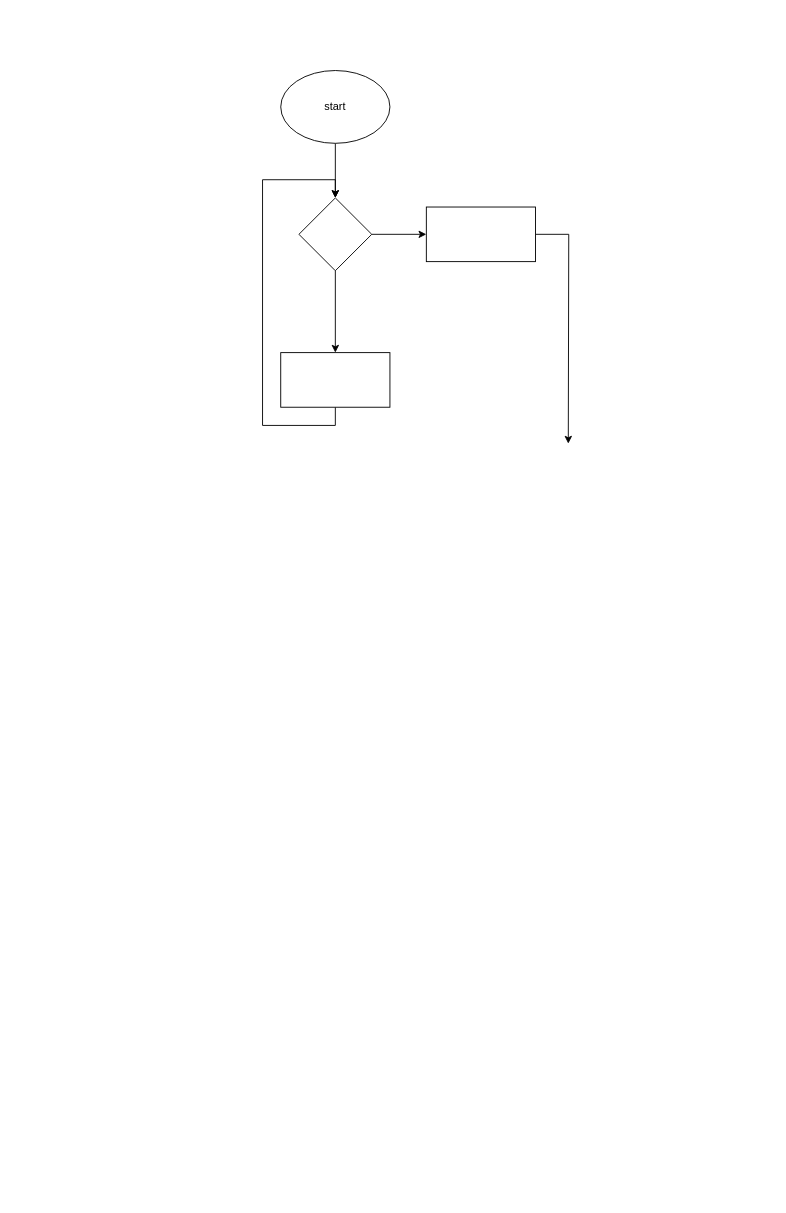
Above: Диаграмма без названия.drawio in IvanRyazancev/C-_Home (draw.io), before the change. Source tidied: cells renumbered, new cells numbered last; positions are measured from the earlier drawing's top-left corner, leaving out a move shared by most shapes. Both pictures are drawn from the tidied source at 91%, with x=0, y=0 at pixel (262, 70).
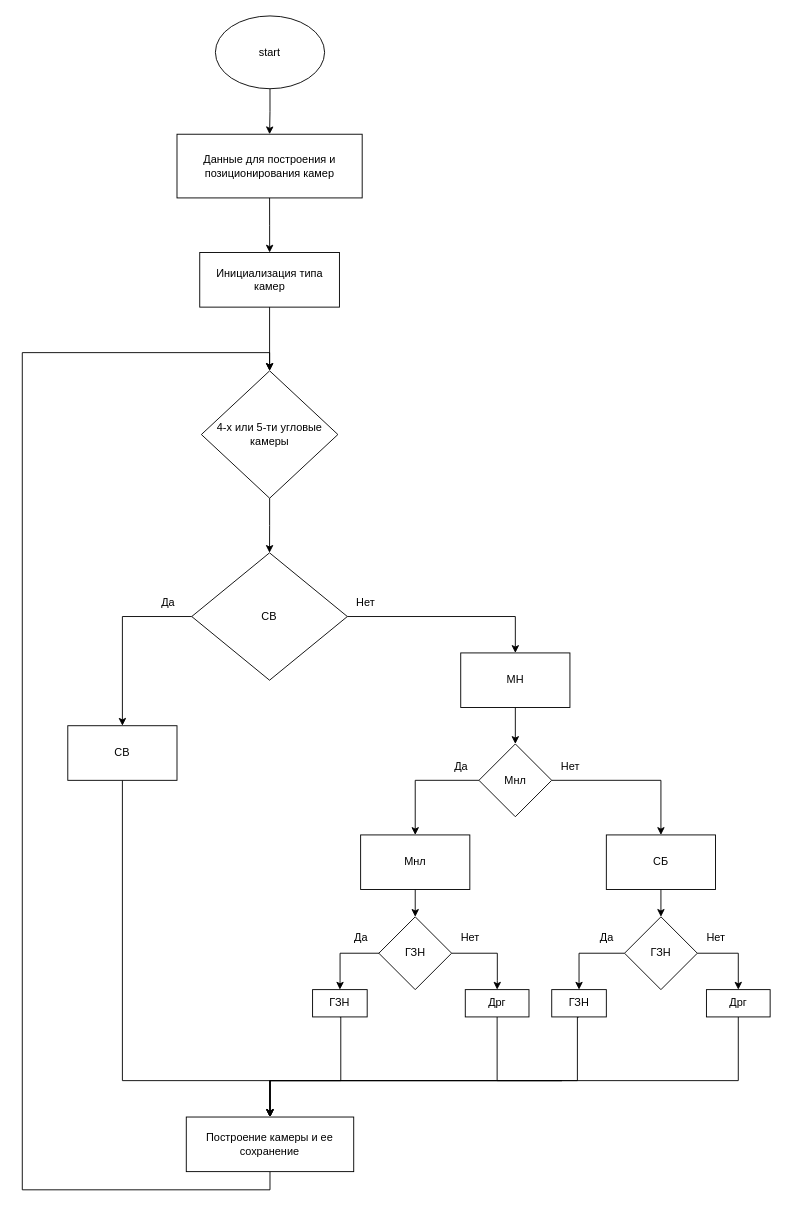
After the change.

Commit message:
добавление ветвления

Change to the diagram source:
```diff
@@
-    <mxCell id="2" style="edgeStyle=orthogonalEdgeStyle;rounded=0;jettySize=auto;html=1;exitX=0.5;exitY=1;exitDx=0;exitDy=0;" parent="1" edge="1" source="3" target="6">
-      <mxGeometry relative="1" as="geometry" />
-    </mxCell>
+    <mxCell id="11" style="edgeStyle=orthogonalEdgeStyle;rounded=0;jettySize=auto;html=1;exitX=0.5;exitY=1;exitDx=0;exitDy=0;entryX=0.5;entryY=0;entryDx=0;entryDy=0;" parent="1" edge="1" source="3" target="17">
+      <mxGeometry relative="1" as="geometry" />
+    </mxCell>
     <mxCell id="3" value="start" style="ellipse;whiteSpace=wrap;html=1;" parent="1" vertex="1">
-      <mxGeometry x="20" width="120" height="80" as="geometry" />
+      <mxGeometry x="-51.8" y="-60" width="120" height="80" as="geometry" />
     </mxCell>
-    <mxCell id="4" style="edgeStyle=orthogonalEdgeStyle;rounded=0;jettySize=auto;html=1;" parent="1" edge="1" source="6" target="8">
-      <mxGeometry relative="1" as="geometry" />
-    </mxCell>
-    <mxCell id="5" style="edgeStyle=orthogonalEdgeStyle;rounded=0;jettySize=auto;html=1;" parent="1" edge="1" source="6" target="10">
-      <mxGeometry relative="1" as="geometry" />
-    </mxCell>
+    <mxCell id="12" style="edgeStyle=orthogonalEdgeStyle;rounded=0;jettySize=auto;html=1;exitX=0;exitY=0.5;exitDx=0;exitDy=0;entryX=0.5;entryY=0;entryDx=0;entryDy=0;" parent="1" edge="1" source="6" target="24">
+      <mxGeometry relative="1" as="geometry" />
+    </mxCell>
-    <mxCell id="6" style="rhombus;whiteSpace=wrap;html=1;" parent="1" vertex="1">
-      <mxGeometry x="40" y="140" width="80" height="80" as="geometry" />
+    <mxCell id="6" value="CB" style="rhombus;whiteSpace=wrap;html=1;" parent="1" vertex="1">
+      <mxGeometry x="-77.8" y="530" width="171" height="140" as="geometry" />
     </mxCell>
-    <mxCell id="7" style="edgeStyle=orthogonalEdgeStyle;rounded=0;jettySize=auto;html=1;exitX=0.5;exitY=1;exitDx=0;exitDy=0;entryX=0.5;entryY=0;entryDx=0;entryDy=0;" parent="1" edge="1" source="8" target="6">
-      <mxGeometry relative="1" as="geometry">
-        <Array as="points">
-          <mxPoint x="80" y="390" />
-          <mxPoint y="390" />
-          <mxPoint y="120" />
-          <mxPoint x="80" y="120" />
-        </Array>
-      </mxGeometry>
-    </mxCell>
+    <mxCell id="13" style="edgeStyle=orthogonalEdgeStyle;rounded=0;jettySize=auto;html=1;exitX=0.5;exitY=1;exitDx=0;exitDy=0;entryX=0.5;entryY=0;entryDx=0;entryDy=0;" parent="1" edge="1" source="8" target="26">
+      <mxGeometry relative="1" as="geometry">
+        <Array as="points">
+          <mxPoint x="8" y="1230" />
+          <mxPoint x="-264" y="1230" />
+          <mxPoint x="-264" y="310" />
+          <mxPoint x="8" y="310" />
+        </Array>
+      </mxGeometry>
+    </mxCell>
-    <mxCell id="8" style="whiteSpace=wrap;html=1;" parent="1" vertex="1">
-      <mxGeometry x="20" y="310" width="120" height="60" as="geometry" />
+    <mxCell id="8" value="Построение камеры и ее сохранение" style="whiteSpace=wrap;html=1;" parent="1" vertex="1">
+      <mxGeometry x="-83.8" y="1150" width="184" height="60" as="geometry" />
     </mxCell>
-    <mxCell id="9" style="edgeStyle=orthogonalEdgeStyle;rounded=0;jettySize=auto;html=1;exitX=1;exitY=0.5;exitDx=0;exitDy=0;" parent="1" edge="1" source="10">
-      <mxGeometry relative="1" as="geometry">
-        <mxPoint x="336" y="410" as="targetPoint" />
-      </mxGeometry>
-    </mxCell>
-    <mxCell id="10" style="whiteSpace=wrap;html=1;" parent="1" vertex="1">
-      <mxGeometry x="180" y="150" width="120" height="60" as="geometry" />
-    </mxCell>
+    <mxCell id="14" value="Да" style="text;html=1;align=center;verticalAlign=middle;strokeColor=none;fillColor=none;" parent="1" vertex="1">
+      <mxGeometry x="-124" y="570" width="40" height="30" as="geometry" />
+    </mxCell>
+    <mxCell id="15" value="Нет" style="text;html=1;align=center;verticalAlign=middle;strokeColor=none;fillColor=none;" parent="1" vertex="1">
+      <mxGeometry x="93.2" y="570" width="40" height="30" as="geometry" />
+    </mxCell>
+    <mxCell id="16" style="edgeStyle=orthogonalEdgeStyle;rounded=0;jettySize=auto;html=1;exitX=0.5;exitY=1;exitDx=0;exitDy=0;" parent="1" edge="1" source="26" target="6">
+      <mxGeometry relative="1" as="geometry" />
+    </mxCell>
+    <mxCell id="17" value="Данные для построения и позиционирования камер" style="rounded=0;whiteSpace=wrap;html=1;" parent="1" vertex="1">
+      <mxGeometry x="-94" y="70" width="203.5" height="70" as="geometry" />
+    </mxCell>
+    <mxCell id="18" style="edgeStyle=orthogonalEdgeStyle;rounded=0;jettySize=auto;html=1;exitX=0.5;exitY=1;exitDx=0;exitDy=0;" parent="1" edge="1" source="17" target="19">
+      <mxGeometry relative="1" as="geometry" />
+    </mxCell>
+    <mxCell id="19" value="Инициализация типа камер" style="rounded=0;whiteSpace=wrap;html=1;" parent="1" vertex="1">
+      <mxGeometry x="-69" y="200" width="153.5" height="60" as="geometry" />
+    </mxCell>
+    <mxCell id="20" style="edgeStyle=orthogonalEdgeStyle;rounded=0;jettySize=auto;html=1;entryX=0.5;entryY=0;entryDx=0;entryDy=0;" parent="1" edge="1" source="6" target="22">
+      <mxGeometry relative="1" as="geometry" />
+    </mxCell>
+    <mxCell id="21" style="edgeStyle=orthogonalEdgeStyle;rounded=0;jettySize=auto;html=1;exitX=0.5;exitY=1;exitDx=0;exitDy=0;entryX=0.5;entryY=0;entryDx=0;entryDy=0;" parent="1" edge="1" source="22" target="29">
+      <mxGeometry relative="1" as="geometry" />
+    </mxCell>
+    <mxCell id="22" value="MH" style="rounded=0;whiteSpace=wrap;html=1;" parent="1" vertex="1">
+      <mxGeometry x="217.8" y="640" width="120" height="60" as="geometry" />
+    </mxCell>
+    <mxCell id="23" style="edgeStyle=orthogonalEdgeStyle;rounded=0;jettySize=auto;html=1;exitX=0.5;exitY=1;exitDx=0;exitDy=0;entryX=0.5;entryY=0;entryDx=0;entryDy=0;" parent="1" edge="1" source="24" target="8">
+      <mxGeometry relative="1" as="geometry">
+        <Array as="points">
+          <mxPoint x="-154" y="1110" />
+          <mxPoint x="8" y="1110" />
+        </Array>
+      </mxGeometry>
+    </mxCell>
+    <mxCell id="24" value="CB" style="rounded=0;whiteSpace=wrap;html=1;" parent="1" vertex="1">
+      <mxGeometry x="-214" y="720" width="120" height="60" as="geometry" />
+    </mxCell>
+    <mxCell id="25" style="edgeStyle=orthogonalEdgeStyle;rounded=0;jettySize=auto;html=1;exitX=0.5;exitY=1;exitDx=0;exitDy=0;" parent="1" edge="1" source="19" target="26">
+      <mxGeometry relative="1" as="geometry" />
+    </mxCell>
+    <mxCell id="26" value="4-х или 5-ти угловые камеры" style="rhombus;whiteSpace=wrap;html=1;" parent="1" vertex="1">
+      <mxGeometry x="-67.2" y="330" width="150" height="140" as="geometry" />
+    </mxCell>
+    <mxCell id="27" style="edgeStyle=orthogonalEdgeStyle;rounded=0;jettySize=auto;html=1;exitX=0;exitY=0.5;exitDx=0;exitDy=0;entryX=0.5;entryY=0;entryDx=0;entryDy=0;" parent="1" edge="1" source="29" target="33">
+      <mxGeometry relative="1" as="geometry" />
+    </mxCell>
+    <mxCell id="28" style="edgeStyle=orthogonalEdgeStyle;rounded=0;jettySize=auto;html=1;exitX=1;exitY=0.5;exitDx=0;exitDy=0;entryX=0.5;entryY=0;entryDx=0;entryDy=0;" parent="1" edge="1" source="29" target="35">
+      <mxGeometry relative="1" as="geometry" />
+    </mxCell>
+    <mxCell id="29" value="Мнл" style="rhombus;whiteSpace=wrap;html=1;" parent="1" vertex="1">
+      <mxGeometry x="237.8" y="740" width="80" height="80" as="geometry" />
+    </mxCell>
+    <mxCell id="30" value="Да" style="text;html=1;align=center;verticalAlign=middle;strokeColor=none;fillColor=none;" parent="1" vertex="1">
+      <mxGeometry x="197.8" y="750" width="40" height="30" as="geometry" />
+    </mxCell>
+    <mxCell id="31" value="Нет" style="text;html=1;align=center;verticalAlign=middle;strokeColor=none;fillColor=none;" parent="1" vertex="1">
+      <mxGeometry x="317.8" y="750" width="40" height="30" as="geometry" />
+    </mxCell>
+    <mxCell id="32" style="edgeStyle=orthogonalEdgeStyle;rounded=0;jettySize=auto;html=1;exitX=0.5;exitY=1;exitDx=0;exitDy=0;entryX=0.5;entryY=0;entryDx=0;entryDy=0;" parent="1" edge="1" source="33" target="38">
+      <mxGeometry relative="1" as="geometry" />
+    </mxCell>
+    <mxCell id="33" value="Мнл" style="rounded=0;whiteSpace=wrap;html=1;" parent="1" vertex="1">
+      <mxGeometry x="107.8" y="840" width="120" height="60" as="geometry" />
+    </mxCell>
+    <mxCell id="34" style="edgeStyle=orthogonalEdgeStyle;rounded=0;jettySize=auto;html=1;exitX=0.5;exitY=1;exitDx=0;exitDy=0;entryX=0.5;entryY=0;entryDx=0;entryDy=0;" parent="1" edge="1" source="35" target="43">
+      <mxGeometry relative="1" as="geometry" />
+    </mxCell>
+    <mxCell id="35" value="СБ" style="rounded=0;whiteSpace=wrap;html=1;" parent="1" vertex="1">
+      <mxGeometry x="377.8" y="840" width="120" height="60" as="geometry" />
+    </mxCell>
+    <mxCell id="36" style="edgeStyle=orthogonalEdgeStyle;rounded=0;jettySize=auto;html=1;exitX=0;exitY=0.5;exitDx=0;exitDy=0;entryX=0.5;entryY=0;entryDx=0;entryDy=0;" parent="1" edge="1" target="51">
+      <mxGeometry relative="1" as="geometry">
+        <mxPoint x="140" y="970" as="sourcePoint" />
+        <Array as="points">
+          <mxPoint x="85.2" y="970" />
+          <mxPoint x="85.2" y="1000" />
+        </Array>
+      </mxGeometry>
+    </mxCell>
+    <mxCell id="37" style="edgeStyle=orthogonalEdgeStyle;rounded=0;jettySize=auto;html=1;exitX=1;exitY=0.5;exitDx=0;exitDy=0;entryX=0.5;entryY=0;entryDx=0;entryDy=0;" parent="1" edge="1" source="38" target="53">
+      <mxGeometry relative="1" as="geometry">
+        <Array as="points">
+          <mxPoint x="258" y="970" />
+          <mxPoint x="258" y="1000" />
+        </Array>
+      </mxGeometry>
+    </mxCell>
+    <mxCell id="38" value="ГЗН" style="rhombus;whiteSpace=wrap;html=1;" parent="1" vertex="1">
+      <mxGeometry x="127.8" y="930" width="80" height="80" as="geometry" />
+    </mxCell>
+    <mxCell id="39" value="Да" style="text;html=1;align=center;verticalAlign=middle;strokeColor=none;fillColor=none;" parent="1" vertex="1">
+      <mxGeometry x="87.8" y="938" width="40" height="30" as="geometry" />
+    </mxCell>
+    <mxCell id="40" value="Нет" style="text;html=1;align=center;verticalAlign=middle;strokeColor=none;fillColor=none;" parent="1" vertex="1">
+      <mxGeometry x="207.8" y="938" width="40" height="30" as="geometry" />
+    </mxCell>
+    <mxCell id="41" style="edgeStyle=orthogonalEdgeStyle;rounded=0;jettySize=auto;html=1;exitX=0;exitY=0.5;exitDx=0;exitDy=0;entryX=0.5;entryY=0;entryDx=0;entryDy=0;" parent="1" edge="1" source="43" target="47">
+      <mxGeometry relative="1" as="geometry">
+        <Array as="points">
+          <mxPoint x="347.8" y="970" />
+        </Array>
+      </mxGeometry>
+    </mxCell>
+    <mxCell id="42" style="edgeStyle=orthogonalEdgeStyle;rounded=0;jettySize=auto;html=1;exitX=1;exitY=0.5;exitDx=0;exitDy=0;entryX=0.5;entryY=0;entryDx=0;entryDy=0;" parent="1" edge="1" source="43" target="49">
+      <mxGeometry relative="1" as="geometry">
+        <Array as="points">
+          <mxPoint x="522.8" y="970" />
+        </Array>
+      </mxGeometry>
+    </mxCell>
+    <mxCell id="43" value="ГЗН" style="rhombus;whiteSpace=wrap;html=1;" parent="1" vertex="1">
+      <mxGeometry x="397.8" y="930" width="80" height="80" as="geometry" />
+    </mxCell>
+    <mxCell id="44" value="Да" style="text;html=1;align=center;verticalAlign=middle;strokeColor=none;fillColor=none;" parent="1" vertex="1">
+      <mxGeometry x="357.8" y="938" width="40" height="30" as="geometry" />
+    </mxCell>
+    <mxCell id="45" value="Нет" style="text;html=1;align=center;verticalAlign=middle;strokeColor=none;fillColor=none;" parent="1" vertex="1">
+      <mxGeometry x="477.8" y="938" width="40" height="30" as="geometry" />
+    </mxCell>
+    <mxCell id="46" style="edgeStyle=orthogonalEdgeStyle;rounded=0;jettySize=auto;html=1;exitX=0.5;exitY=1;exitDx=0;exitDy=0;entryX=0.5;entryY=0;entryDx=0;entryDy=0;" parent="1" edge="1" source="47" target="8">
+      <mxGeometry relative="1" as="geometry">
+        <Array as="points">
+          <mxPoint x="346" y="1040" />
+          <mxPoint x="346" y="1110" />
+          <mxPoint x="8" y="1110" />
+        </Array>
+      </mxGeometry>
+    </mxCell>
+    <mxCell id="47" value="ГЗН" style="rounded=0;whiteSpace=wrap;html=1;" parent="1" vertex="1">
+      <mxGeometry x="317.8" y="1010" width="60" height="30" as="geometry" />
+    </mxCell>
+    <mxCell id="48" style="edgeStyle=orthogonalEdgeStyle;rounded=0;jettySize=auto;html=1;exitX=0.5;exitY=1;exitDx=0;exitDy=0;entryX=0.5;entryY=0;entryDx=0;entryDy=0;" parent="1" edge="1" source="49" target="8">
+      <mxGeometry relative="1" as="geometry">
+        <Array as="points">
+          <mxPoint x="523" y="1110" />
+          <mxPoint x="8" y="1110" />
+        </Array>
+      </mxGeometry>
+    </mxCell>
+    <mxCell id="49" value="Дрг" style="rounded=0;whiteSpace=wrap;html=1;" parent="1" vertex="1">
+      <mxGeometry x="487.8" y="1010" width="70" height="30" as="geometry" />
+    </mxCell>
+    <mxCell id="50" style="edgeStyle=orthogonalEdgeStyle;rounded=0;jettySize=auto;html=1;exitX=0.5;exitY=1;exitDx=0;exitDy=0;entryX=0.5;entryY=0;entryDx=0;entryDy=0;" parent="1" edge="1" source="51" target="8">
+      <mxGeometry relative="1" as="geometry">
+        <Array as="points">
+          <mxPoint x="86" y="1110" />
+          <mxPoint x="8" y="1110" />
+        </Array>
+      </mxGeometry>
+    </mxCell>
+    <mxCell id="51" value="ГЗН" style="rounded=0;whiteSpace=wrap;html=1;" parent="1" vertex="1">
+      <mxGeometry x="55" y="1010" width="60" height="30" as="geometry" />
+    </mxCell>
+    <mxCell id="52" style="edgeStyle=orthogonalEdgeStyle;rounded=0;jettySize=auto;html=1;exitX=0.5;exitY=1;exitDx=0;exitDy=0;entryX=0.5;entryY=0;entryDx=0;entryDy=0;" parent="1" edge="1" source="53" target="8">
+      <mxGeometry relative="1" as="geometry">
+        <Array as="points">
+          <mxPoint x="329" y="1110" />
+          <mxPoint x="8" y="1110" />
+          <mxPoint x="8" y="1170" />
+        </Array>
+      </mxGeometry>
+    </mxCell>
+    <mxCell id="53" value="Дрг" style="rounded=0;whiteSpace=wrap;html=1;" parent="1" vertex="1">
+      <mxGeometry x="222.8" y="1010" width="70" height="30" as="geometry" />
+    </mxCell>
```
